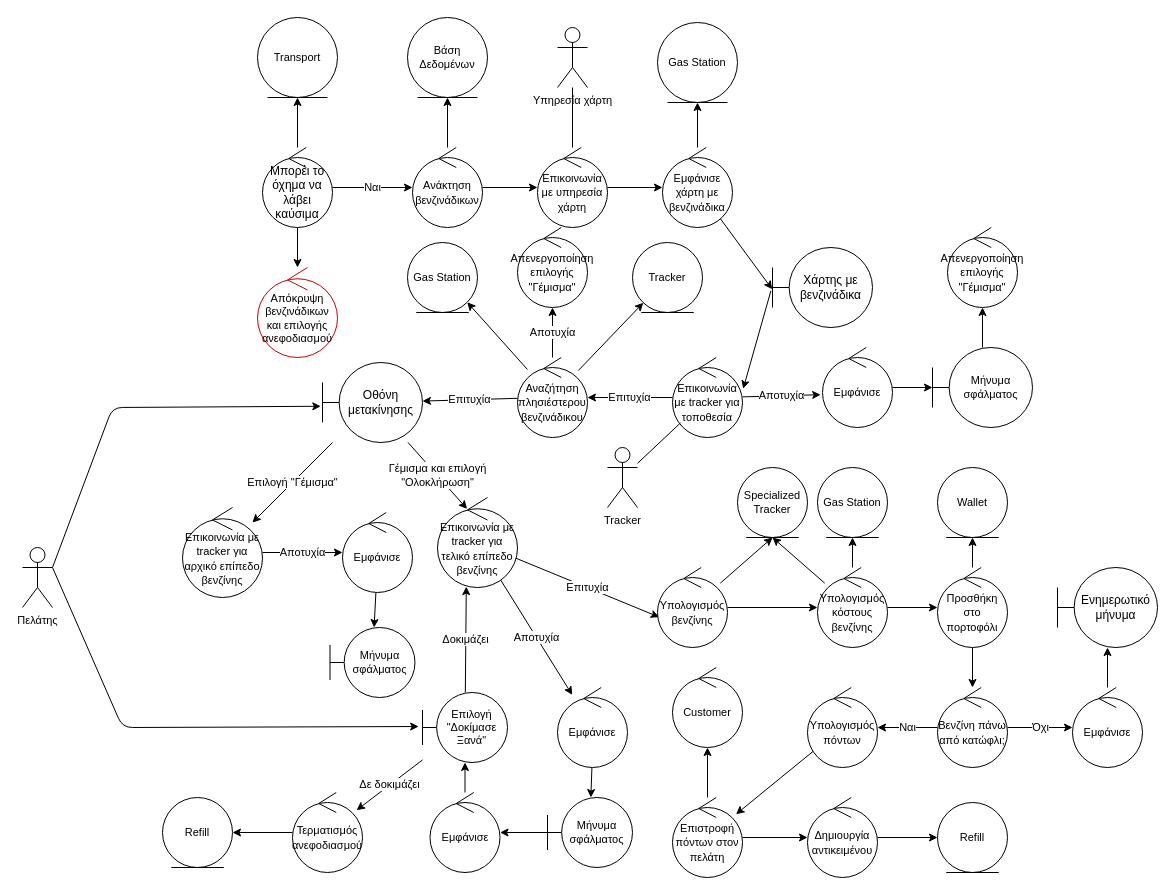
Earlier version of the draw.io diagram Part_2/Robustness/diagrams/13_Ανεφοδιασμός_Οχήματος.drawio (Nikolis2002/texnoligia_logismikou). Source tidied: cells renumbered, new cells numbered last; positions are measured from the earlier drawing's top-left corner, leaving out a move shared by most shapes. Both pictures are drawn from the tidied source at 100%, with x=0, y=0 at pixel (22, 17).
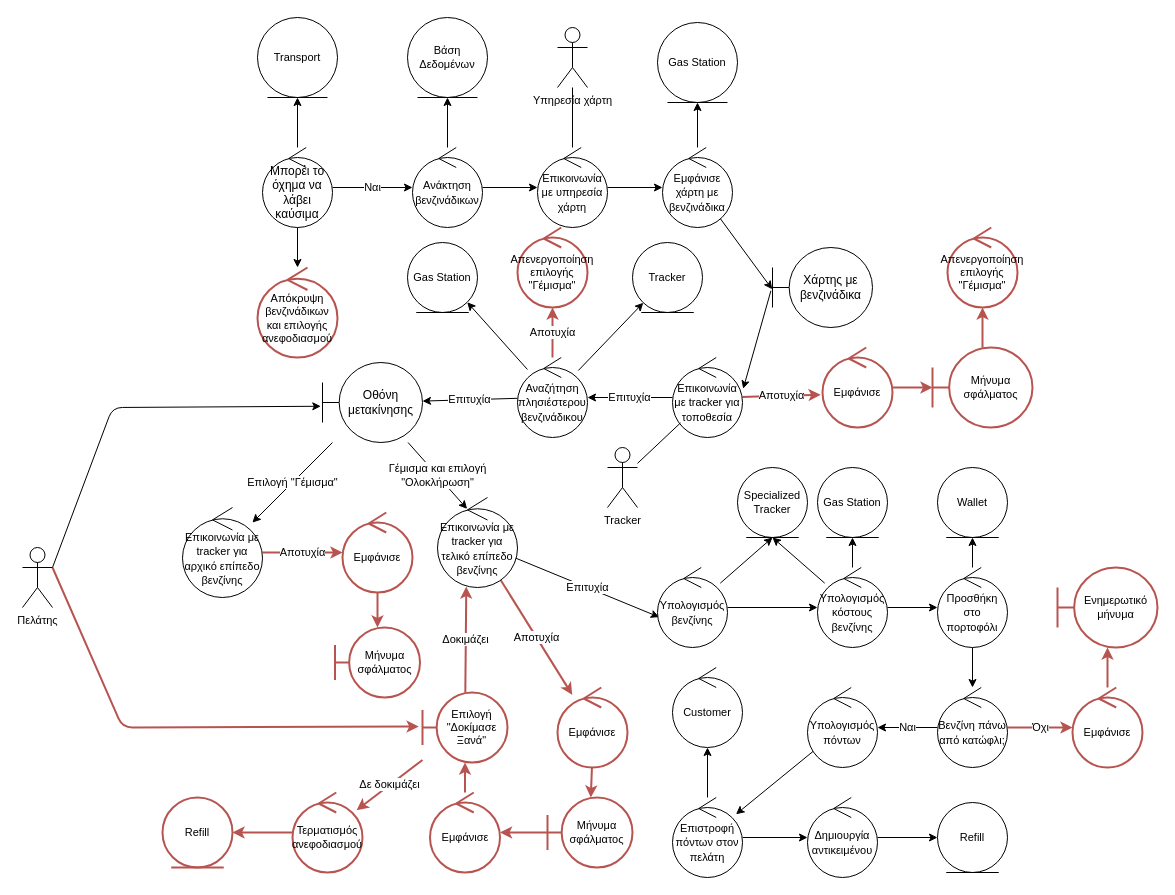
The same diagram, later.

Unchanged cells that the change refers to:
```xml
<mxCell id="14" value="Πελάτης" style="shape=umlActor;verticalLabelPosition=bottom;verticalAlign=top;html=1;fontSize=11;" parent="1" vertex="1">
  <mxGeometry y="530" width="30" height="60" as="geometry" />
</mxCell>
<mxCell id="26" value="&lt;font style=&quot;font-size: 11px;&quot;&gt;Επικοινωνία με tracker για τοποθεσία&lt;/font&gt;" style="ellipse;shape=umlControl;whiteSpace=wrap;html=1;" parent="1" vertex="1">
  <mxGeometry x="650" y="340" width="70" height="80" as="geometry" />
</mxCell>
<mxCell id="32" value="&lt;font style=&quot;font-size: 11px;&quot;&gt;Αναζήτηση πλησιέστερου βενζινάδικου&lt;/font&gt;" style="ellipse;shape=umlControl;whiteSpace=wrap;html=1;" parent="1" vertex="1">
  <mxGeometry x="495" y="340" width="70" height="80" as="geometry" />
</mxCell>
<mxCell id="47" value="&lt;font style=&quot;font-size: 11px;&quot;&gt;Επικοινωνία με tracker για αρχικό επίπεδο βενζίνης&lt;/font&gt;" style="ellipse;shape=umlControl;whiteSpace=wrap;html=1;" parent="1" vertex="1">
  <mxGeometry x="160" y="490" width="80" height="90" as="geometry" />
</mxCell>
<mxCell id="50" value="&lt;span style=&quot;font-size: 11px;&quot;&gt;Επικοινωνία με tracker για τελικό επίπεδο βενζίνης&lt;/span&gt;" style="ellipse;shape=umlControl;whiteSpace=wrap;html=1;" parent="1" vertex="1">
  <mxGeometry x="415" y="480" width="80" height="90" as="geometry" />
</mxCell>
<mxCell id="81" value="&lt;span style=&quot;font-size: 11px;&quot;&gt;Βενζίνη πάνω από κατώφλι;&lt;/span&gt;" style="ellipse;shape=umlControl;whiteSpace=wrap;html=1;" parent="1" vertex="1">
  <mxGeometry x="915" y="670" width="70" height="80" as="geometry" />
</mxCell>
```

What changed in the source:
```diff
@@
-    <mxCell id="10" value="Απόκρυψη βενζινάδικων&lt;br&gt;και επιλογής&lt;br&gt;ανεφοδιασμού" style="ellipse;shape=umlControl;whiteSpace=wrap;html=1;fontSize=11;strokeColor=#CC0000;" parent="1" vertex="1">
+    <mxCell id="10" value="Απόκρυψη βενζινάδικων&lt;br&gt;και επιλογής&lt;br&gt;ανεφοδιασμού" style="ellipse;shape=umlControl;whiteSpace=wrap;html=1;fontSize=11;strokeColor=#b85450;fillColor=none;strokeWidth=2;" parent="1" vertex="1">
       <mxGeometry x="235" y="250" width="80" height="90" as="geometry" />
     </mxCell>
@@
-    <mxCell id="13" style="edgeStyle=none;html=1;exitX=1;exitY=0.3333333333333333;exitDx=0;exitDy=0;exitPerimeter=0;entryX=-0.045;entryY=0.486;entryDx=0;entryDy=0;entryPerimeter=0;" parent="1" edge="1" source="14" target="60">
+    <mxCell id="13" style="edgeStyle=none;html=1;exitX=1;exitY=0.3333333333333333;exitDx=0;exitDy=0;exitPerimeter=0;entryX=-0.045;entryY=0.486;entryDx=0;entryDy=0;entryPerimeter=0;fillColor=none;strokeColor=#b85450;strokeWidth=2;" parent="1" edge="1" source="14" target="60">
       <mxGeometry relative="1" as="geometry">
         <Array as="points">
           <mxPoint x="100" y="710" />
         </Array>
       </mxGeometry>
     </mxCell>
@@
-    <mxCell id="25" value="Αποτυχία" style="edgeStyle=none;html=1;entryX=-0.026;entryY=0.59;entryDx=0;entryDy=0;entryPerimeter=0;" parent="1" edge="1" source="26" target="38">
+    <mxCell id="25" value="Αποτυχία" style="edgeStyle=none;html=1;entryX=-0.026;entryY=0.59;entryDx=0;entryDy=0;entryPerimeter=0;fillColor=none;strokeColor=#b85450;strokeWidth=2;" parent="1" edge="1" source="26" target="38">
       <mxGeometry relative="1" as="geometry" />
     </mxCell>
@@
-    <mxCell id="31" value="Αποτυχία" style="edgeStyle=none;html=1;" parent="1" edge="1" source="32" target="45">
+    <mxCell id="31" value="Αποτυχία" style="edgeStyle=none;html=1;fillColor=none;strokeColor=#b85450;strokeWidth=2;" parent="1" edge="1" source="32" target="45">
       <mxGeometry relative="1" as="geometry" />
     </mxCell>
@@
-    <mxCell id="37" style="edgeStyle=none;html=1;" parent="1" edge="1" source="38" target="40">
+    <mxCell id="37" style="edgeStyle=none;html=1;fillColor=none;strokeColor=#b85450;strokeWidth=2;" parent="1" edge="1" source="38" target="40">
       <mxGeometry relative="1" as="geometry" />
     </mxCell>
-    <mxCell id="38" value="&lt;font style=&quot;font-size: 11px;&quot;&gt;Εμφάνισε&lt;/font&gt;" style="ellipse;shape=umlControl;whiteSpace=wrap;html=1;" parent="1" vertex="1">
+    <mxCell id="38" value="&lt;font style=&quot;font-size: 11px;&quot;&gt;Εμφάνισε&lt;/font&gt;" style="ellipse;shape=umlControl;whiteSpace=wrap;html=1;fontSize=11;fillColor=none;strokeColor=#b85450;strokeWidth=2;" parent="1" vertex="1">
       <mxGeometry x="800" y="330" width="70" height="80" as="geometry" />
     </mxCell>
-    <mxCell id="39" style="edgeStyle=none;html=1;" parent="1" edge="1" source="40" target="41">
+    <mxCell id="39" style="edgeStyle=none;html=1;fillColor=none;strokeColor=#b85450;strokeWidth=2;" parent="1" edge="1" source="40" target="41">
       <mxGeometry relative="1" as="geometry" />
     </mxCell>
-    <mxCell id="40" value="Μήνυμα σφάλματος" style="shape=umlBoundary;whiteSpace=wrap;html=1;fontSize=11;" parent="1" vertex="1">
+    <mxCell id="40" value="Μήνυμα σφάλματος" style="shape=umlBoundary;whiteSpace=wrap;html=1;fontSize=11;fillColor=none;strokeColor=#b85450;strokeWidth=2;" parent="1" vertex="1">
       <mxGeometry x="910" y="330" width="100" height="80" as="geometry" />
     </mxCell>
-    <mxCell id="41" value="&lt;font style=&quot;font-size: 11px;&quot;&gt;Απενεργοποίηση επιλογής &quot;Γέμισμα&quot;&lt;/font&gt;" style="ellipse;shape=umlControl;whiteSpace=wrap;html=1;" parent="1" vertex="1">
+    <mxCell id="41" value="&lt;font style=&quot;font-size: 11px;&quot;&gt;Απενεργοποίηση επιλογής &quot;Γέμισμα&quot;&lt;/font&gt;" style="ellipse;shape=umlControl;whiteSpace=wrap;html=1;fontSize=11;fillColor=none;strokeColor=#b85450;strokeWidth=2;" parent="1" vertex="1">
       <mxGeometry x="925" y="210" width="70" height="80" as="geometry" />
     </mxCell>
@@
-    <mxCell id="45" value="&lt;font style=&quot;font-size: 11px;&quot;&gt;Απενεργοποίηση επιλογής &quot;Γέμισμα&quot;&lt;/font&gt;" style="ellipse;shape=umlControl;whiteSpace=wrap;html=1;" parent="1" vertex="1">
+    <mxCell id="45" value="&lt;font style=&quot;font-size: 11px;&quot;&gt;Απενεργοποίηση επιλογής &quot;Γέμισμα&quot;&lt;/font&gt;" style="ellipse;shape=umlControl;whiteSpace=wrap;html=1;fontSize=11;fillColor=none;strokeColor=#b85450;strokeWidth=2;" parent="1" vertex="1">
       <mxGeometry x="495" y="210" width="70" height="80" as="geometry" />
     </mxCell>
-    <mxCell id="46" value="Αποτυχία" style="edgeStyle=none;html=1;" parent="1" edge="1" source="47" target="52">
+    <mxCell id="46" value="Αποτυχία" style="edgeStyle=none;html=1;fillColor=none;strokeColor=#b85450;strokeWidth=2;" parent="1" edge="1" source="47" target="52">
       <mxGeometry relative="1" as="geometry" />
     </mxCell>
@@
-    <mxCell id="48" value="Αποτυχία" style="edgeStyle=none;html=1;" parent="1" edge="1" source="50" target="55">
+    <mxCell id="48" value="Αποτυχία" style="edgeStyle=none;html=1;fillColor=none;strokeColor=#b85450;strokeWidth=2;" parent="1" edge="1" source="50" target="55">
       <mxGeometry relative="1" as="geometry" />
     </mxCell>
@@
-    <mxCell id="51" style="edgeStyle=none;html=1;" parent="1" edge="1" source="52" target="53">
+    <mxCell id="51" style="edgeStyle=none;html=1;fillColor=none;strokeColor=#b85450;strokeWidth=2;" parent="1" edge="1" source="52" target="53">
       <mxGeometry relative="1" as="geometry" />
     </mxCell>
-    <mxCell id="52" value="&lt;font style=&quot;font-size: 11px;&quot;&gt;Εμφάνισε&lt;/font&gt;" style="ellipse;shape=umlControl;whiteSpace=wrap;html=1;" parent="1" vertex="1">
+    <mxCell id="52" value="&lt;font style=&quot;font-size: 11px;&quot;&gt;Εμφάνισε&lt;/font&gt;" style="ellipse;shape=umlControl;whiteSpace=wrap;html=1;fontSize=11;fillColor=none;strokeColor=#b85450;strokeWidth=2;" parent="1" vertex="1">
       <mxGeometry x="320" y="495" width="70" height="80" as="geometry" />
     </mxCell>
-    <mxCell id="53" value="Μήνυμα σφάλματος" style="shape=umlBoundary;whiteSpace=wrap;html=1;fontSize=11;" parent="1" vertex="1">
-      <mxGeometry x="307.5" y="610" width="85" height="70" as="geometry" />
+    <mxCell id="53" value="Μήνυμα σφάλματος" style="shape=umlBoundary;whiteSpace=wrap;html=1;fontSize=11;fillColor=none;strokeColor=#b85450;strokeWidth=2;" parent="1" vertex="1">
+      <mxGeometry x="312.5" y="610" width="85" height="70" as="geometry" />
     </mxCell>
-    <mxCell id="54" style="edgeStyle=none;html=1;" parent="1" edge="1" source="55" target="57">
+    <mxCell id="54" style="edgeStyle=none;html=1;fillColor=none;strokeColor=#b85450;strokeWidth=2;" parent="1" edge="1" source="55" target="57">
       <mxGeometry relative="1" as="geometry" />
     </mxCell>
-    <mxCell id="55" value="&lt;font style=&quot;font-size: 11px;&quot;&gt;Εμφάνισε&lt;/font&gt;" style="ellipse;shape=umlControl;whiteSpace=wrap;html=1;" parent="1" vertex="1">
+    <mxCell id="55" value="&lt;font style=&quot;font-size: 11px;&quot;&gt;Εμφάνισε&lt;/font&gt;" style="ellipse;shape=umlControl;whiteSpace=wrap;html=1;fontSize=11;fillColor=none;strokeColor=#b85450;strokeWidth=2;" parent="1" vertex="1">
       <mxGeometry x="535" y="670" width="70" height="80" as="geometry" />
     </mxCell>
-    <mxCell id="56" style="edgeStyle=none;html=1;" parent="1" edge="1" source="57" target="62">
+    <mxCell id="56" style="edgeStyle=none;html=1;fillColor=none;strokeColor=#b85450;strokeWidth=2;" parent="1" edge="1" source="57" target="62">
       <mxGeometry relative="1" as="geometry" />
     </mxCell>
-    <mxCell id="57" value="Μήνυμα σφάλματος" style="shape=umlBoundary;whiteSpace=wrap;html=1;fontSize=11;" parent="1" vertex="1">
+    <mxCell id="57" value="Μήνυμα σφάλματος" style="shape=umlBoundary;whiteSpace=wrap;html=1;fontSize=11;fillColor=none;strokeColor=#b85450;strokeWidth=2;" parent="1" vertex="1">
       <mxGeometry x="525" y="780" width="85" height="70" as="geometry" />
     </mxCell>
-    <mxCell id="58" value="Δοκιμάζει" style="edgeStyle=none;html=1;entryX=0.36;entryY=0.99;entryDx=0;entryDy=0;entryPerimeter=0;" parent="1" edge="1" source="60" target="50">
+    <mxCell id="58" value="Δοκιμάζει" style="edgeStyle=none;html=1;entryX=0.36;entryY=0.99;entryDx=0;entryDy=0;entryPerimeter=0;fillColor=none;strokeColor=#b85450;strokeWidth=2;" parent="1" edge="1" source="60" target="50">
       <mxGeometry relative="1" as="geometry" />
     </mxCell>
-    <mxCell id="59" value="Δε δοκιμάζει" style="edgeStyle=none;html=1;" parent="1" edge="1" source="60" target="77">
+    <mxCell id="59" value="Δε δοκιμάζει" style="edgeStyle=none;html=1;fillColor=none;strokeColor=#b85450;strokeWidth=2;" parent="1" edge="1" source="60" target="77">
       <mxGeometry relative="1" as="geometry" />
     </mxCell>
-    <mxCell id="60" value="Επιλογή &quot;Δοκίμασε Ξανά&quot;" style="shape=umlBoundary;whiteSpace=wrap;html=1;fontSize=11;" parent="1" vertex="1">
+    <mxCell id="60" value="Επιλογή &quot;Δοκίμασε Ξανά&quot;" style="shape=umlBoundary;whiteSpace=wrap;html=1;fontSize=11;fillColor=none;strokeColor=#b85450;strokeWidth=2;" parent="1" vertex="1">
       <mxGeometry x="400" y="675" width="85" height="70" as="geometry" />
     </mxCell>
-    <mxCell id="61" style="edgeStyle=none;html=1;" parent="1" edge="1" source="62" target="60">
+    <mxCell id="61" style="edgeStyle=none;html=1;fillColor=none;strokeColor=#b85450;strokeWidth=2;" parent="1" edge="1" source="62" target="60">
       <mxGeometry relative="1" as="geometry" />
     </mxCell>
-    <mxCell id="62" value="&lt;font style=&quot;font-size: 11px;&quot;&gt;Εμφάνισε&lt;/font&gt;" style="ellipse;shape=umlControl;whiteSpace=wrap;html=1;" parent="1" vertex="1">
+    <mxCell id="62" value="&lt;font style=&quot;font-size: 11px;&quot;&gt;Εμφάνισε&lt;/font&gt;" style="ellipse;shape=umlControl;whiteSpace=wrap;html=1;fontSize=11;fillColor=none;strokeColor=#b85450;strokeWidth=2;" parent="1" vertex="1">
       <mxGeometry x="407.5" y="775" width="70" height="80" as="geometry" />
     </mxCell>
@@
-    <mxCell id="76" style="edgeStyle=none;html=1;" parent="1" edge="1" source="77" target="78">
+    <mxCell id="76" style="edgeStyle=none;html=1;fillColor=none;strokeColor=#b85450;strokeWidth=2;" parent="1" edge="1" source="77" target="78">
       <mxGeometry relative="1" as="geometry" />
     </mxCell>
-    <mxCell id="77" value="&lt;font style=&quot;font-size: 11px;&quot;&gt;Τερματισμός ανεφοδιασμού&lt;/font&gt;" style="ellipse;shape=umlControl;whiteSpace=wrap;html=1;" parent="1" vertex="1">
+    <mxCell id="77" value="&lt;font style=&quot;font-size: 11px;&quot;&gt;Τερματισμός ανεφοδιασμού&lt;/font&gt;" style="ellipse;shape=umlControl;whiteSpace=wrap;html=1;fontSize=11;fillColor=none;strokeColor=#b85450;strokeWidth=2;" parent="1" vertex="1">
       <mxGeometry x="270" y="775" width="70" height="80" as="geometry" />
     </mxCell>
-    <mxCell id="78" value="Refill" style="ellipse;shape=umlEntity;whiteSpace=wrap;html=1;fontSize=11;" parent="1" vertex="1">
+    <mxCell id="78" value="Refill" style="ellipse;shape=umlEntity;whiteSpace=wrap;html=1;fontSize=11;fillColor=none;strokeColor=#b85450;strokeWidth=2;" parent="1" vertex="1">
       <mxGeometry x="140" y="780" width="70" height="70" as="geometry" />
     </mxCell>
@@
-    <mxCell id="80" value="Όχι" style="edgeStyle=none;html=1;" parent="1" edge="1" source="81" target="92">
+    <mxCell id="80" value="Όχι" style="edgeStyle=none;html=1;fillColor=none;strokeColor=#b85450;strokeWidth=2;" parent="1" edge="1" source="81" target="92">
       <mxGeometry relative="1" as="geometry" />
     </mxCell>
@@
-    <mxCell id="91" style="edgeStyle=none;html=1;" parent="1" edge="1" source="92" target="93">
+    <mxCell id="91" style="edgeStyle=none;html=1;fillColor=none;strokeColor=#b85450;strokeWidth=2;" parent="1" edge="1" source="92" target="93">
       <mxGeometry relative="1" as="geometry" />
     </mxCell>
-    <mxCell id="92" value="&lt;span style=&quot;font-size: 11px;&quot;&gt;Εμφάνισε&lt;/span&gt;" style="ellipse;shape=umlControl;whiteSpace=wrap;html=1;" parent="1" vertex="1">
+    <mxCell id="92" value="&lt;span style=&quot;font-size: 11px;&quot;&gt;Εμφάνισε&lt;/span&gt;" style="ellipse;shape=umlControl;whiteSpace=wrap;html=1;fontSize=11;fillColor=none;strokeColor=#b85450;strokeWidth=2;" parent="1" vertex="1">
       <mxGeometry x="1050" y="670" width="70" height="80" as="geometry" />
     </mxCell>
-    <mxCell id="93" value="Ενημερωτικό μήνυμα" style="shape=umlBoundary;whiteSpace=wrap;html=1;" parent="1" vertex="1">
+    <mxCell id="93" value="Ενημερωτικό μήνυμα" style="shape=umlBoundary;whiteSpace=wrap;html=1;fontSize=11;fillColor=none;strokeColor=#b85450;strokeWidth=2;" parent="1" vertex="1">
       <mxGeometry x="1035" y="550" width="100" height="80" as="geometry" />
     </mxCell>
```
